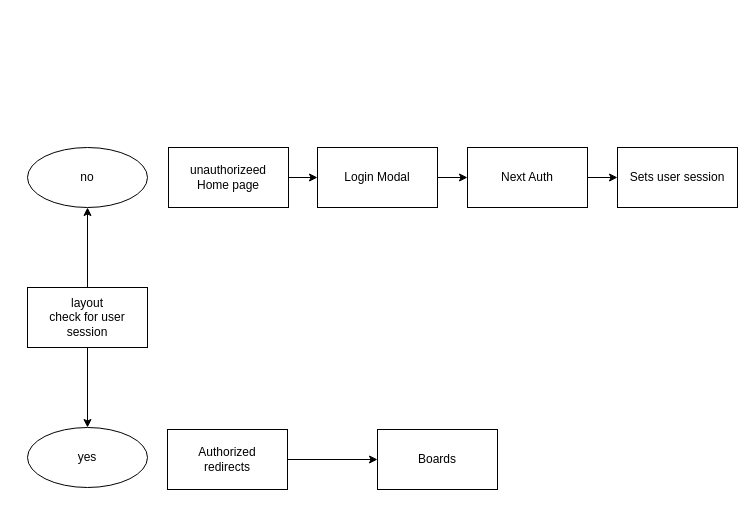
Above: public/Untitled Diagram.drawio in eric-nichols-nyc/trello-gpt3 (draw.io), before the change. Source tidied: cells renumbered, new cells numbered last; positions are measured from the earlier drawing's top-left corner, leaving out a move shared by most shapes. Both pictures are drawn from the tidied source at 100%, with x=0, y=0 at pixel (27, 147).
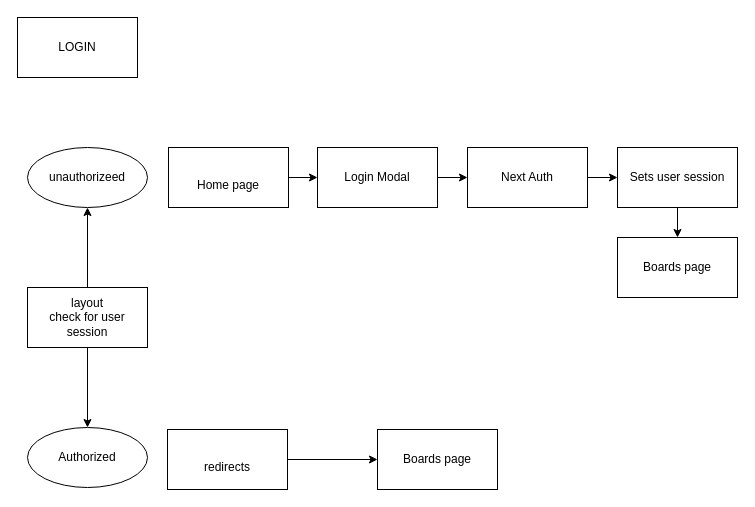
Above is the later version.

The edit, as a diff of the source:
```diff
@@
 <mxGraphModel>
   <root>
     <mxCell id="0" />
     <mxCell id="1" parent="0" />
     <mxCell id="2" style="edgeStyle=orthogonalEdgeStyle;rounded=0;jettySize=auto;html=1;" parent="1" edge="1" source="4" target="15">
       <mxGeometry relative="1" as="geometry" />
     </mxCell>
     <mxCell id="3" style="edgeStyle=orthogonalEdgeStyle;rounded=0;jettySize=auto;html=1;" parent="1" edge="1" source="4" target="16">
       <mxGeometry relative="1" as="geometry" />
     </mxCell>
     <mxCell id="4" value="layout&lt;br&gt;check for user session" style="rounded=0;whiteSpace=wrap;html=1;" parent="1" vertex="1">
       <mxGeometry y="140" width="120" height="60" as="geometry" />
     </mxCell>
     <mxCell id="5" style="edgeStyle=orthogonalEdgeStyle;rounded=0;jettySize=auto;html=1;" parent="1" edge="1" source="6" target="14">
       <mxGeometry relative="1" as="geometry" />
     </mxCell>
-    <mxCell id="6" value="Authorized&lt;br&gt;redirects" style="rounded=0;whiteSpace=wrap;html=1;" parent="1" vertex="1">
+    <mxCell id="6" value="&lt;br&gt;redirects" style="rounded=0;whiteSpace=wrap;html=1;" parent="1" vertex="1">
       <mxGeometry x="140" y="282" width="120" height="60" as="geometry" />
     </mxCell>
     <mxCell id="7" style="edgeStyle=orthogonalEdgeStyle;rounded=0;jettySize=auto;html=1;" parent="1" edge="1" source="8" target="10">
       <mxGeometry relative="1" as="geometry" />
     </mxCell>
-    <mxCell id="8" value="unauthorizeed&lt;br&gt;Home page" style="rounded=0;whiteSpace=wrap;html=1;" parent="1" vertex="1">
+    <mxCell id="8" value="&lt;br&gt;Home page" style="rounded=0;whiteSpace=wrap;html=1;" parent="1" vertex="1">
       <mxGeometry x="141" width="120" height="60" as="geometry" />
     </mxCell>
     <mxCell id="9" style="edgeStyle=orthogonalEdgeStyle;rounded=0;jettySize=auto;html=1;" parent="1" edge="1" source="10" target="12">
       <mxGeometry relative="1" as="geometry" />
     </mxCell>
     <mxCell id="10" value="Login Modal" style="rounded=0;whiteSpace=wrap;html=1;" parent="1" vertex="1">
       <mxGeometry x="290" width="120" height="60" as="geometry" />
     </mxCell>
     <mxCell id="11" style="edgeStyle=orthogonalEdgeStyle;rounded=0;jettySize=auto;html=1;" parent="1" edge="1" source="12" target="13">
       <mxGeometry relative="1" as="geometry" />
     </mxCell>
     <mxCell id="12" value="Next Auth" style="rounded=0;whiteSpace=wrap;html=1;" parent="1" vertex="1">
       <mxGeometry x="440" width="120" height="60" as="geometry" />
     </mxCell>
+    <mxCell id="17" style="edgeStyle=orthogonalEdgeStyle;rounded=0;jettySize=auto;html=1;" parent="1" edge="1" source="13" target="18">
+      <mxGeometry relative="1" as="geometry" />
+    </mxCell>
     <mxCell id="13" value="Sets user session" style="rounded=0;whiteSpace=wrap;html=1;" parent="1" vertex="1">
       <mxGeometry x="590" width="120" height="60" as="geometry" />
     </mxCell>
-    <mxCell id="14" value="Boards" style="rounded=0;whiteSpace=wrap;html=1;" parent="1" vertex="1">
+    <mxCell id="14" value="Boards page" style="rounded=0;whiteSpace=wrap;html=1;" parent="1" vertex="1">
       <mxGeometry x="350" y="282" width="120" height="60" as="geometry" />
     </mxCell>
-    <mxCell id="15" value="yes" style="ellipse;whiteSpace=wrap;html=1;rounded=0;" parent="1" vertex="1">
+    <mxCell id="15" value="Authorized" style="ellipse;whiteSpace=wrap;html=1;rounded=0;" parent="1" vertex="1">
       <mxGeometry y="280" width="120" height="60" as="geometry" />
     </mxCell>
-    <mxCell id="16" value="no" style="ellipse;whiteSpace=wrap;html=1;rounded=0;" parent="1" vertex="1">
+    <mxCell id="16" value="unauthorizeed" style="ellipse;whiteSpace=wrap;html=1;rounded=0;" parent="1" vertex="1">
       <mxGeometry width="120" height="60" as="geometry" />
     </mxCell>
+    <mxCell id="18" value="Boards page" style="rounded=0;whiteSpace=wrap;html=1;" parent="1" vertex="1">
+      <mxGeometry x="590" y="90" width="120" height="60" as="geometry" />
+    </mxCell>
+    <mxCell id="19" value="LOGIN" style="rounded=0;whiteSpace=wrap;html=1;" parent="1" vertex="1">
+      <mxGeometry x="-10" y="-130" width="120" height="60" as="geometry" />
+    </mxCell>
   </root>
 </mxGraphModel>
```
